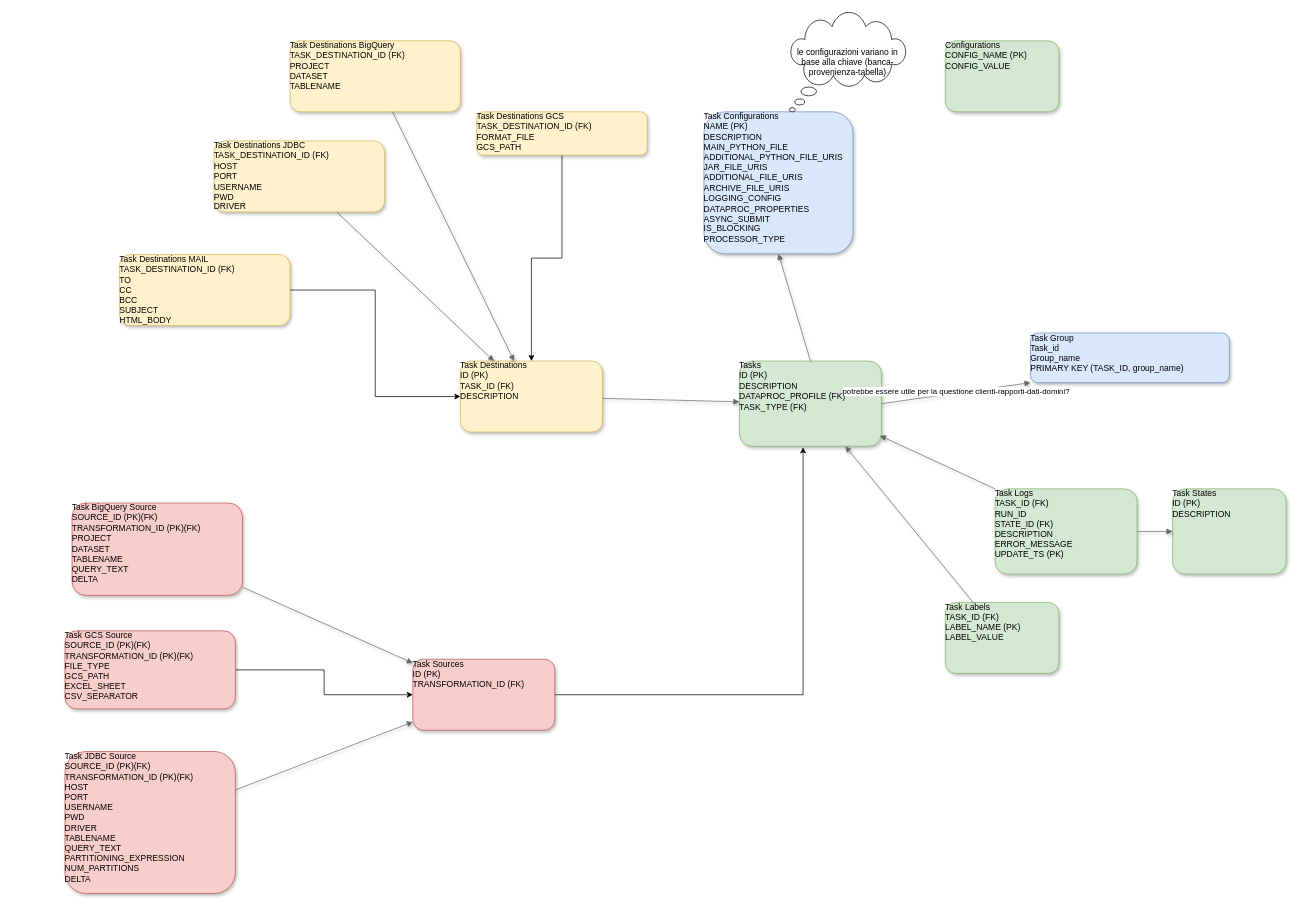
This is ER_Diagram.drawio from arrigonimatteo81/ingestion_project, a draw.io file, before an edit. Source tidied: cells renumbered, new cells numbered last; positions are measured from the earlier drawing's top-left corner, leaving out a move shared by most shapes. Both pictures are drawn from the tidied source at 71%, with x=0, y=0 at pixel (65, 12).
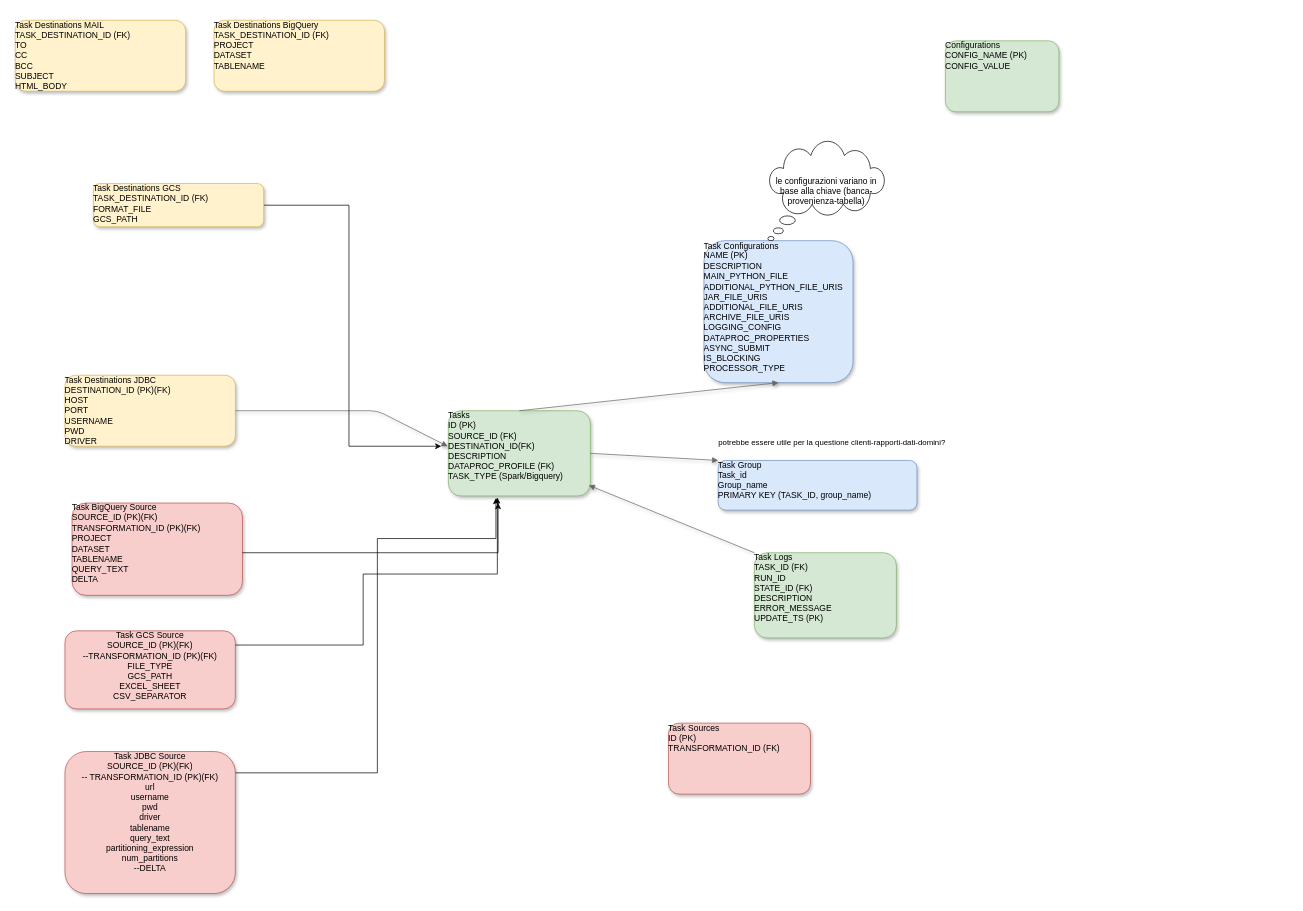
The same page after the edit.

Commit message (it also covers changes not shown here):
modifica al diagramma ER ed aggiunta sql di create table

Unchanged cells that the change refers to:
```xml
<mxCell id="10" value="Task BigQuery Source&lt;br&gt;SOURCE_ID (PK)(FK)&lt;div&gt;TRANSFORMATION_ID (PK)(FK)&lt;br&gt;PROJECT&lt;br&gt;DATASET&lt;br&gt;TABLENAME&lt;/div&gt;&lt;div&gt;QUERY_TEXT&lt;/div&gt;&lt;div&gt;DELTA&lt;/div&gt;" style="rounded=1;whiteSpace=wrap;html=1;verticalAlign=top;align=left;overflow=fill;shadow=1;fillColor=#f8cecc;strokeColor=#b85450;" parent="1" vertex="1">
  <mxGeometry x="10" y="691" width="240" height="130" as="geometry" />
</mxCell>
<mxCell id="24" style="endArrow=block;endFill=1;noEdgeStyle=1;orthogonal=1;shadow=1;fillColor=#f5f5f5;strokeColor=#666666;exitX=1;exitY=0.5;exitDx=0;exitDy=0;" parent="1" edge="1" source="5" target="23">
  <mxGeometry relative="1" as="geometry" />
</mxCell>
```

Diff of the diagram source:
```diff
@@
-    <mxCell id="3" value="Task States&#10;ID (PK)&#10;DESCRIPTION" style="rounded=1;whiteSpace=wrap;html=1;verticalAlign=top;align=left;overflow=fill;shadow=1;fillColor=#d5e8d4;strokeColor=#82b366;" parent="1" vertex="1">
-      <mxGeometry x="1560" y="671" width="160" height="120" as="geometry" />
-    </mxCell>
     <mxCell id="4" value="Task Configurations&lt;br&gt;NAME (PK)&lt;br&gt;DESCRIPTION&lt;br&gt;MAIN_PYTHON_FILE&lt;div&gt;&lt;div&gt;ADDITIONAL_PYTHON_FILE_URIS&amp;nbsp;&lt;/div&gt;&lt;div&gt;JAR_FILE_URIS&amp;nbsp;&lt;/div&gt;&lt;div&gt;ADDITIONAL_FILE_URIS&amp;nbsp;&lt;/div&gt;&lt;div&gt;ARCHIVE_FILE_URIS&amp;nbsp;&lt;/div&gt;&lt;div&gt;LOGGING_CONFIG&amp;nbsp;&lt;/div&gt;&lt;div&gt;DATAPROC_PROPERTIES&amp;nbsp;&lt;/div&gt;&lt;div&gt;ASYNC_SUBMIT&lt;/div&gt;&lt;/div&gt;&lt;div&gt;IS_BLOCKING&lt;/div&gt;&lt;div&gt;PROCESSOR_TYPE&lt;/div&gt;" style="rounded=1;whiteSpace=wrap;html=1;verticalAlign=top;align=left;overflow=fill;shadow=1;fillColor=#dae8fc;strokeColor=#6c8ebf;" parent="1" vertex="1">
-      <mxGeometry x="900" y="140" width="210" height="200" as="geometry" />
+      <mxGeometry x="900" y="321.5" width="210" height="200" as="geometry" />
     </mxCell>
-    <mxCell id="5" value="Tasks&#10;ID (PK)&#10;DESCRIPTION&#10;DATAPROC_PROFILE (FK)&#10;TASK_TYPE (FK)" style="rounded=1;whiteSpace=wrap;html=1;verticalAlign=top;align=left;overflow=fill;shadow=1;fillColor=#d5e8d4;strokeColor=#82b366;" parent="1" vertex="1">
-      <mxGeometry x="950" y="491" width="200" height="120" as="geometry" />
+    <mxCell id="5" value="Tasks&lt;br&gt;ID (PK)&lt;div&gt;SOURCE_ID (FK)&lt;/div&gt;&lt;div&gt;DESTINATION_ID(FK)&lt;br&gt;DESCRIPTION&lt;br&gt;DATAPROC_PROFILE (FK)&lt;br&gt;TASK_TYPE (Spark/Bigquery)&lt;/div&gt;" style="rounded=1;whiteSpace=wrap;html=1;verticalAlign=top;align=left;overflow=fill;shadow=1;fillColor=#d5e8d4;strokeColor=#82b366;" parent="1" vertex="1">
+      <mxGeometry x="540" y="561" width="200" height="120" as="geometry" />
     </mxCell>
     <mxCell id="6" value="Task Logs&#10;TASK_ID (FK)&#10;RUN_ID&#10;STATE_ID (FK)&#10;DESCRIPTION&#10;ERROR_MESSAGE&#10;UPDATE_TS (PK)" style="rounded=1;whiteSpace=wrap;html=1;verticalAlign=top;align=left;overflow=fill;shadow=1;fillColor=#d5e8d4;strokeColor=#82b366;" parent="1" vertex="1">
-      <mxGeometry x="1310" y="671" width="200" height="120" as="geometry" />
+      <mxGeometry x="971" y="761" width="200" height="120" as="geometry" />
     </mxCell>
-    <mxCell id="7" value="Task Labels&#10;TASK_ID (FK)&#10;LABEL_NAME (PK)&#10;LABEL_VALUE" style="rounded=1;whiteSpace=wrap;html=1;verticalAlign=top;align=left;overflow=fill;shadow=1;fillColor=#d5e8d4;strokeColor=#82b366;" parent="1" vertex="1">
-      <mxGeometry x="1240" y="831" width="160" height="100" as="geometry" />
-    </mxCell>
     <mxCell id="8" value="Task Sources&lt;br&gt;ID (PK)&lt;br&gt;TRANSFORMATION_ID (FK)" style="rounded=1;whiteSpace=wrap;html=1;verticalAlign=top;align=left;overflow=fill;shadow=1;fillColor=#f8cecc;strokeColor=#b85450;" parent="1" vertex="1">
-      <mxGeometry x="490" y="911" width="200" height="100" as="geometry" />
+      <mxGeometry x="850" y="1001" width="200" height="100" as="geometry" />
     </mxCell>
+    <mxCell id="34" style="edgeStyle=orthogonalEdgeStyle;rounded=0;jettySize=auto;html=1;entryX=0.335;entryY=1.025;entryDx=0;entryDy=0;entryPerimeter=0;" parent="1" edge="1" source="9" target="5">
+      <mxGeometry relative="1" as="geometry">
+        <Array as="points">
+          <mxPoint x="440" y="1071" />
+          <mxPoint x="440" y="741" />
+          <mxPoint x="607" y="741" />
+        </Array>
+      </mxGeometry>
+    </mxCell>
-    <mxCell id="9" value="Task JDBC Source&lt;br&gt;SOURCE_ID (PK)(FK)&lt;div&gt;TRANSFORMATION_ID (PK)(FK)&lt;br&gt;HOST&lt;br&gt;PORT&lt;br&gt;USERNAME&lt;br&gt;PWD&lt;br&gt;DRIVER&lt;div&gt;TABLENAME&lt;/div&gt;&lt;div&gt;QUERY_TEXT&lt;/div&gt;&lt;div&gt;PARTITIONING_EXPRESSION&lt;/div&gt;&lt;div&gt;NUM_PARTITIONS&lt;/div&gt;&lt;div&gt;DELTA&lt;br&gt;&lt;div&gt;&lt;br&gt;&lt;/div&gt;&lt;/div&gt;&lt;/div&gt;" style="rounded=1;whiteSpace=wrap;html=1;verticalAlign=top;align=left;overflow=fill;shadow=1;fillColor=#f8cecc;strokeColor=#b85450;" parent="1" vertex="1">
+    <mxCell id="9" value="Task JDBC Source&lt;br&gt;SOURCE_ID (PK)(FK)&lt;div&gt;-- TRANSFORMATION_ID (PK)(FK)&lt;br&gt;&lt;div&gt;url&lt;/div&gt;&lt;div&gt;username&lt;/div&gt;&lt;div&gt;pwd&lt;/div&gt;&lt;div&gt;driver&lt;/div&gt;&lt;div&gt;tablename&lt;/div&gt;&lt;div&gt;query_text&lt;/div&gt;&lt;div&gt;partitioning_expression&lt;/div&gt;&lt;div&gt;num_partitions&lt;/div&gt;&lt;div&gt;--DELTA&lt;br&gt;&lt;div&gt;&lt;br&gt;&lt;/div&gt;&lt;/div&gt;&lt;/div&gt;" style="rounded=1;whiteSpace=wrap;html=1;verticalAlign=top;align=center;overflow=fill;shadow=1;fillColor=#f8cecc;strokeColor=#b85450;" parent="1" vertex="1">
       <mxGeometry y="1041" width="240" height="200" as="geometry" />
     </mxCell>
@@
-    <mxCell id="11" value="Task Destinations&#10;ID (PK)&#10;TASK_ID (FK)&#10;DESCRIPTION" style="rounded=1;whiteSpace=wrap;html=1;verticalAlign=top;align=left;overflow=fill;shadow=1;fillColor=#fff2cc;strokeColor=#d6b656;" parent="1" vertex="1">
-      <mxGeometry x="557" y="491" width="200" height="100" as="geometry" />
-    </mxCell>
-    <mxCell id="12" value="Task Destinations JDBC&#10;TASK_DESTINATION_ID (FK)&#10;HOST&#10;PORT&#10;USERNAME&#10;PWD&#10;DRIVER" style="rounded=1;whiteSpace=wrap;html=1;verticalAlign=top;align=left;overflow=fill;shadow=1;fillColor=#fff2cc;strokeColor=#d6b656;" parent="1" vertex="1">
-      <mxGeometry x="210" y="181" width="240" height="100" as="geometry" />
+    <mxCell id="12" value="Task Destinations JDBC&lt;br&gt;DESTINATION_ID (PK)(FK)&lt;br&gt;HOST&lt;br&gt;PORT&lt;br&gt;USERNAME&lt;br&gt;PWD&lt;br&gt;DRIVER" style="rounded=1;whiteSpace=wrap;html=1;verticalAlign=top;align=left;overflow=fill;shadow=1;fillColor=#fff2cc;strokeColor=#d6b656;" parent="1" vertex="1">
+      <mxGeometry y="511" width="240" height="100" as="geometry" />
     </mxCell>
     <mxCell id="13" value="Task Destinations BigQuery&#10;TASK_DESTINATION_ID (FK)&#10;PROJECT&#10;DATASET&#10;TABLENAME" style="rounded=1;whiteSpace=wrap;html=1;verticalAlign=top;align=left;overflow=fill;shadow=1;fillColor=#fff2cc;strokeColor=#d6b656;" parent="1" vertex="1">
-      <mxGeometry x="317" y="40" width="240" height="100" as="geometry" />
+      <mxGeometry x="210" y="11" width="240" height="100" as="geometry" />
     </mxCell>
@@
-    <mxCell id="16" style="endArrow=block;endFill=1;noEdgeStyle=1;orthogonal=1;shadow=1;fillColor=#f5f5f5;strokeColor=#666666;" parent="1" edge="1" source="6" target="3">
-      <mxGeometry relative="1" as="geometry" />
-    </mxCell>
-    <mxCell id="17" style="endArrow=block;endFill=1;noEdgeStyle=1;shadow=1;fillColor=#f5f5f5;strokeColor=#666666;" parent="1" edge="1" source="7" target="5">
-      <mxGeometry relative="1" as="geometry" />
-    </mxCell>
-    <mxCell id="18" style="endArrow=block;endFill=1;noEdgeStyle=1;shadow=1;fillColor=#f5f5f5;strokeColor=#666666;" parent="1" edge="1" source="9" target="8">
-      <mxGeometry relative="1" as="geometry" />
-    </mxCell>
-    <mxCell id="19" style="endArrow=block;endFill=1;noEdgeStyle=1;shadow=1;fillColor=#f5f5f5;strokeColor=#666666;" parent="1" edge="1" source="10" target="8">
-      <mxGeometry relative="1" as="geometry" />
-    </mxCell>
-    <mxCell id="20" style="endArrow=block;endFill=1;noEdgeStyle=1;shadow=1;fillColor=#f5f5f5;strokeColor=#666666;" parent="1" edge="1" source="11" target="5">
-      <mxGeometry relative="1" as="geometry" />
-    </mxCell>
-    <mxCell id="21" style="endArrow=block;endFill=1;noEdgeStyle=1;shadow=1;fillColor=#f5f5f5;strokeColor=#666666;" parent="1" edge="1" source="12" target="11">
-      <mxGeometry relative="1" as="geometry" />
+    <mxCell id="21" style="endArrow=block;endFill=1;noEdgeStyle=1;shadow=1;fillColor=#f5f5f5;strokeColor=#666666;entryX=-0.005;entryY=0.417;entryDx=0;entryDy=0;entryPerimeter=0;" parent="1" edge="1" source="12" target="5">
+      <mxGeometry relative="1" as="geometry">
+        <Array as="points">
+          <mxPoint x="440" y="561" />
+        </Array>
+      </mxGeometry>
     </mxCell>
-    <mxCell id="22" style="endArrow=block;endFill=1;noEdgeStyle=1;shadow=1;fillColor=#f5f5f5;strokeColor=#666666;" parent="1" edge="1" source="13" target="11">
-      <mxGeometry relative="1" as="geometry" />
-    </mxCell>
     <mxCell id="23" value="Task Group&lt;div&gt;&lt;div&gt;Task_id&lt;/div&gt;&lt;div&gt;&lt;span style=&quot;background-color: transparent; color: light-dark(rgb(0, 0, 0), rgb(255, 255, 255));&quot;&gt;Group_name&lt;/span&gt;&lt;/div&gt;&lt;div&gt;&lt;span style=&quot;background-color: transparent; color: light-dark(rgb(0, 0, 0), rgb(255, 255, 255));&quot;&gt;PRIMARY KEY (TASK_ID, group_name)&lt;/span&gt;&lt;br&gt;&lt;/div&gt;&lt;div&gt;&lt;br&gt;&lt;/div&gt;&lt;/div&gt;" style="rounded=1;whiteSpace=wrap;html=1;verticalAlign=top;align=left;overflow=fill;shadow=1;fillColor=#dae8fc;strokeColor=#6c8ebf;" parent="1" vertex="1">
-      <mxGeometry x="1360" y="451.5" width="280" height="70" as="geometry" />
+      <mxGeometry x="920" y="631" width="280" height="70" as="geometry" />
     </mxCell>
@@
     <mxCell id="25" value="potrebbe essere utile per la questione clienti-rapporti-dati-domini?" style="edgeLabel;html=1;align=center;verticalAlign=middle;" parent="24" vertex="1">
-      <mxGeometry y="3" relative="1" as="geometry" />
+      <mxGeometry y="3" relative="1" as="geometry">
+        <mxPoint x="249" y="-17" as="offset" />
+      </mxGeometry>
     </mxCell>
-    <mxCell id="26" style="edgeStyle=orthogonalEdgeStyle;rounded=0;jettySize=auto;html=1;" parent="1" edge="1" source="27" target="8">
-      <mxGeometry relative="1" as="geometry" />
-    </mxCell>
+    <mxCell id="35" style="edgeStyle=orthogonalEdgeStyle;rounded=0;jettySize=auto;html=1;exitX=0.996;exitY=0.2;exitDx=0;exitDy=0;exitPerimeter=0;entryX=0.345;entryY=1.017;entryDx=0;entryDy=0;entryPerimeter=0;" parent="1" edge="1" source="27" target="5">
+      <mxGeometry relative="1" as="geometry">
+        <Array as="points">
+          <mxPoint x="239" y="891" />
+          <mxPoint x="420" y="891" />
+          <mxPoint x="420" y="791" />
+          <mxPoint x="609" y="791" />
+        </Array>
+      </mxGeometry>
+    </mxCell>
-    <mxCell id="27" value="Task GCS Source&lt;br&gt;SOURCE_ID (PK)(FK)&lt;div&gt;TRANSFORMATION_ID (PK)(FK)&lt;br&gt;FILE_TYPE&lt;br&gt;GCS_PATH&lt;br&gt;EXCEL_SHEET&lt;/div&gt;&lt;div&gt;CSV_SEPARATOR&lt;/div&gt;" style="rounded=1;whiteSpace=wrap;html=1;verticalAlign=top;align=left;overflow=fill;shadow=1;fillColor=#f8cecc;strokeColor=#b85450;" parent="1" vertex="1">
+    <mxCell id="27" value="Task GCS Source&lt;br&gt;SOURCE_ID (PK)(FK)&lt;div&gt;--TRANSFORMATION_ID (PK)(FK)&lt;br&gt;FILE_TYPE&lt;br&gt;GCS_PATH&lt;br&gt;EXCEL_SHEET&lt;/div&gt;&lt;div&gt;CSV_SEPARATOR&lt;/div&gt;" style="rounded=1;whiteSpace=wrap;html=1;verticalAlign=top;align=center;overflow=fill;shadow=1;fillColor=#f8cecc;strokeColor=#b85450;" parent="1" vertex="1">
       <mxGeometry y="871" width="240" height="110" as="geometry" />
     </mxCell>
-    <mxCell id="28" style="edgeStyle=orthogonalEdgeStyle;rounded=0;jettySize=auto;html=1;" parent="1" edge="1" source="29" target="11">
-      <mxGeometry relative="1" as="geometry" />
-    </mxCell>
+    <mxCell id="36" style="edgeStyle=orthogonalEdgeStyle;rounded=0;jettySize=auto;html=1;" parent="1" edge="1" source="29">
+      <mxGeometry relative="1" as="geometry">
+        <mxPoint x="530" y="611" as="targetPoint" />
+        <Array as="points">
+          <mxPoint x="400" y="272" />
+          <mxPoint x="400" y="611" />
+        </Array>
+      </mxGeometry>
+    </mxCell>
     <mxCell id="29" value="Task Destinations GCS&lt;br&gt;TASK_DESTINATION_ID (FK)&lt;br&gt;FORMAT_FILE&lt;br&gt;GCS_PATH&lt;div&gt;&lt;br/&gt;&lt;/div&gt;" style="rounded=1;whiteSpace=wrap;html=1;verticalAlign=top;align=left;overflow=fill;shadow=1;fillColor=#fff2cc;strokeColor=#d6b656;" parent="1" vertex="1">
-      <mxGeometry x="580" y="140" width="240" height="61" as="geometry" />
+      <mxGeometry x="40" y="241" width="240" height="61" as="geometry" />
     </mxCell>
-    <mxCell id="30" style="edgeStyle=orthogonalEdgeStyle;rounded=0;jettySize=auto;html=1;entryX=0;entryY=0.5;entryDx=0;entryDy=0;" parent="1" edge="1" source="31" target="11">
-      <mxGeometry relative="1" as="geometry" />
-    </mxCell>
     <mxCell id="31" value="Task Destinations MAIL&lt;br&gt;TASK_DESTINATION_ID (FK)&lt;br&gt;TO&lt;br&gt;CC&lt;br&gt;BCC&lt;br&gt;SUBJECT&lt;br&gt;HTML_BODY" style="rounded=1;whiteSpace=wrap;html=1;verticalAlign=top;align=left;overflow=fill;shadow=1;fillColor=#fff2cc;strokeColor=#d6b656;" parent="1" vertex="1">
-      <mxGeometry x="77" y="341" width="240" height="100" as="geometry" />
+      <mxGeometry x="-70" y="11" width="240" height="100" as="geometry" />
     </mxCell>
-    <mxCell id="32" style="edgeStyle=orthogonalEdgeStyle;rounded=0;jettySize=auto;html=1;entryX=0.448;entryY=1.013;entryDx=0;entryDy=0;entryPerimeter=0;" parent="1" edge="1" source="8" target="5">
-      <mxGeometry relative="1" as="geometry" />
-    </mxCell>
     <mxCell id="33" value="le configurazioni variano in base alla chiave (banca-provenienza-tabella)" style="whiteSpace=wrap;html=1;shape=mxgraph.basic.cloud_callout;" parent="1" vertex="1">
-      <mxGeometry x="1020" width="165" height="140" as="geometry" />
+      <mxGeometry x="990" y="181.5" width="165" height="140" as="geometry" />
     </mxCell>
+    <mxCell id="37" style="edgeStyle=orthogonalEdgeStyle;rounded=0;jettySize=auto;html=1;" parent="1" edge="1" source="10">
+      <mxGeometry relative="1" as="geometry">
+        <mxPoint x="610" y="691" as="targetPoint" />
+        <Array as="points">
+          <mxPoint x="610" y="761" />
+        </Array>
+      </mxGeometry>
+    </mxCell>
```
